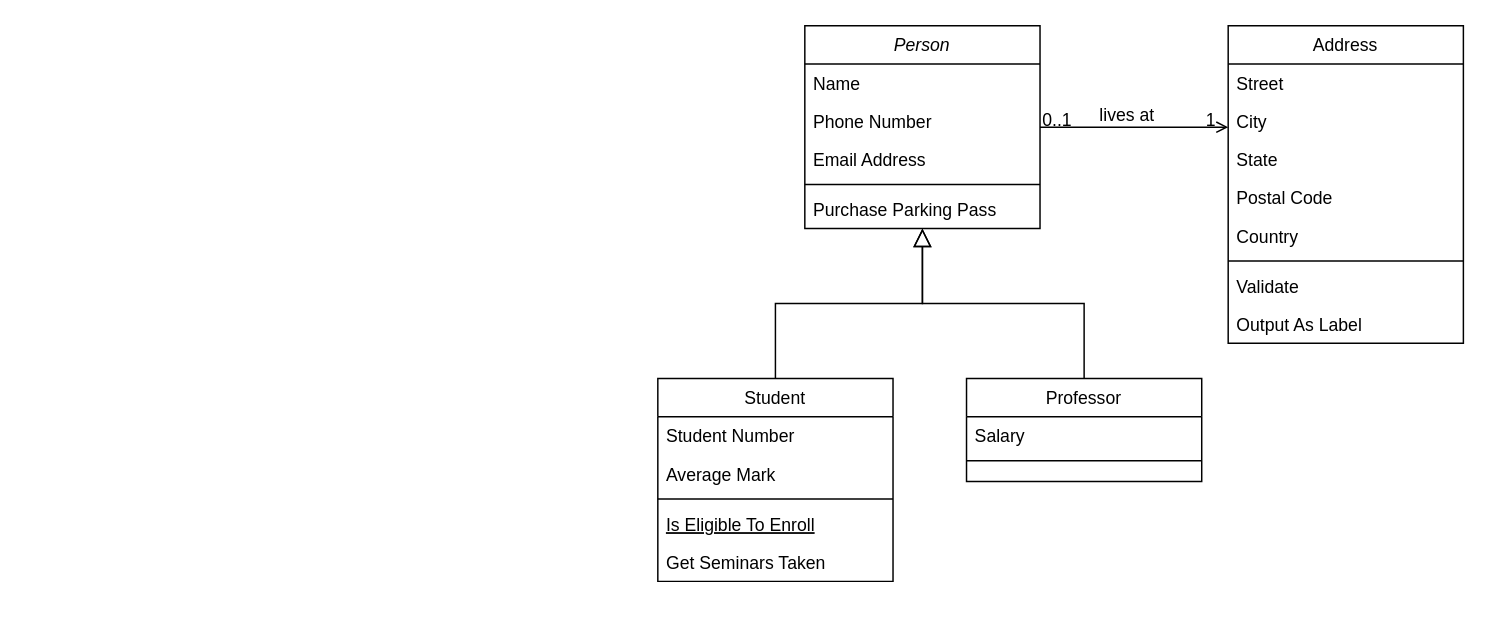
Above: DevToolsConfig.drawio in cracksre/Azure (draw.io), before the change. Source tidied: cells renumbered, new cells numbered last; positions are measured from the earlier drawing's top-left corner, leaving out a move shared by most shapes. Both pictures are drawn from the tidied source at 147%, with x=0, y=0 at pixel (657, 25).
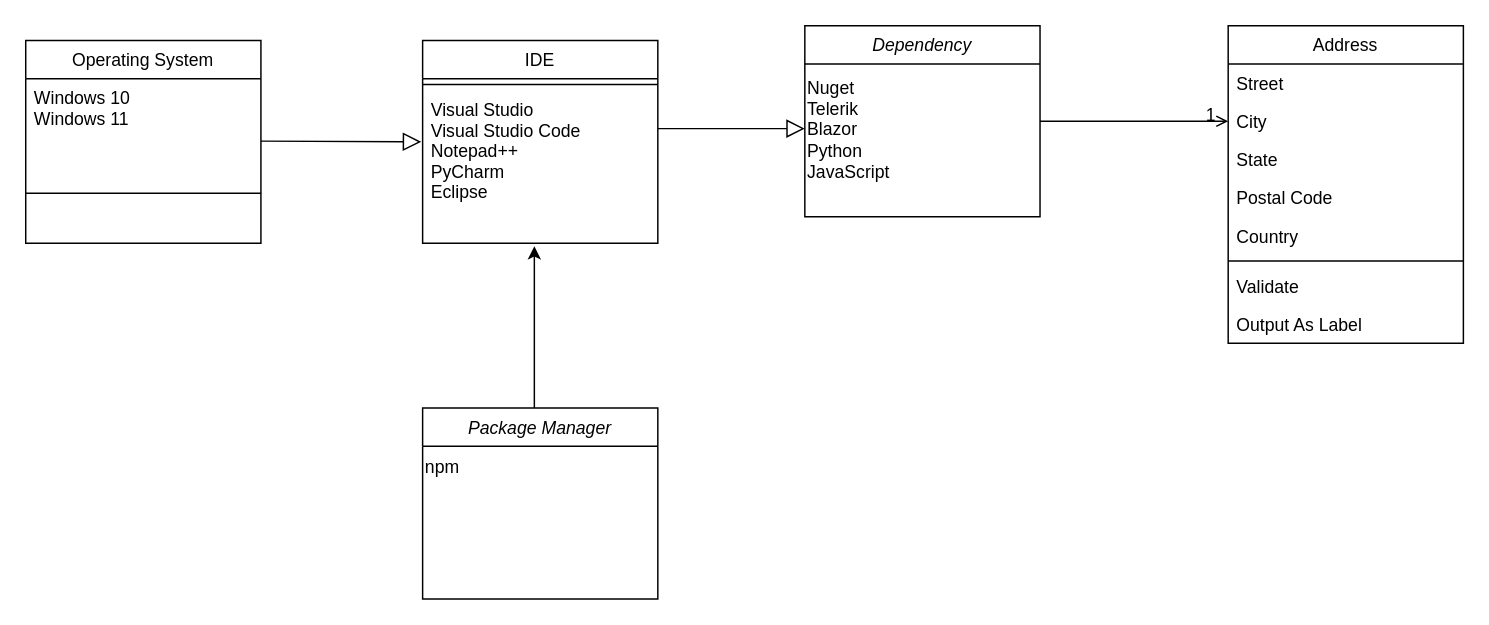
After the change.

Unchanged cells that the change refers to:
```xml
<mxCell id="28" style="endArrow=open;shadow=0;strokeWidth=1;rounded=0;curved=0;endFill=1;edgeStyle=elbowEdgeStyle;elbow=vertical;" parent="1" edge="1" source="2" target="19">
  <mxGeometry x="0.5" y="41" relative="1" as="geometry">
    <mxPoint x="-40" y="32" as="offset" />
  </mxGeometry>
</mxCell>
```

What changed in the source:
```diff
@@
-    <mxCell id="2" value="Person" style="swimlane;fontStyle=2;align=center;verticalAlign=top;horizontal=1;startSize=26;rounded=0;shadow=0;strokeWidth=1;" parent="1" vertex="1">
-      <mxGeometry x="100" width="160" height="138" as="geometry" />
+    <mxCell id="2" value="Dependency" style="swimlane;fontStyle=2;align=center;verticalAlign=top;horizontal=1;startSize=26;rounded=0;shadow=0;strokeWidth=1;" parent="1" vertex="1">
+      <mxGeometry x="100" width="160" height="130" as="geometry" />
     </mxCell>
-    <mxCell id="3" value="Name" style="text;align=left;verticalAlign=top;spacingLeft=4;spacingRight=4;overflow=hidden;" parent="2" vertex="1">
-      <mxGeometry y="26" width="160" height="26" as="geometry" />
-    </mxCell>
-    <mxCell id="4" value="Phone Number" style="text;align=left;verticalAlign=top;spacingLeft=4;spacingRight=4;overflow=hidden;rounded=0;shadow=0;html=0;" parent="2" vertex="1">
-      <mxGeometry y="52" width="160" height="26" as="geometry" />
-    </mxCell>
-    <mxCell id="5" value="Email Address" style="text;align=left;verticalAlign=top;spacingLeft=4;spacingRight=4;overflow=hidden;rounded=0;shadow=0;html=0;" parent="2" vertex="1">
-      <mxGeometry y="78" width="160" height="26" as="geometry" />
-    </mxCell>
-    <mxCell id="6" style="line;html=1;strokeWidth=1;align=left;verticalAlign=middle;spacingTop=-1;spacingLeft=3;spacingRight=3;labelPosition=right;" parent="2" vertex="1">
-      <mxGeometry y="104" width="160" height="8" as="geometry" />
-    </mxCell>
-    <mxCell id="7" value="Purchase Parking Pass" style="text;align=left;verticalAlign=top;spacingLeft=4;spacingRight=4;overflow=hidden;" parent="2" vertex="1">
-      <mxGeometry y="112" width="160" height="26" as="geometry" />
-    </mxCell>
+    <mxCell id="32" value="Nuget&lt;div&gt;Telerik&lt;/div&gt;&lt;div&gt;Blazor&lt;/div&gt;&lt;div&gt;Python&lt;/div&gt;&lt;div&gt;JavaScript&lt;/div&gt;" style="text;html=1;align=left;verticalAlign=middle;strokeColor=none;fillColor=none;" parent="2" vertex="1">
+      <mxGeometry y="26" width="160" height="90" as="geometry" />
+    </mxCell>
-    <mxCell id="8" value="Student" style="swimlane;fontStyle=0;align=center;verticalAlign=top;horizontal=1;startSize=26;rounded=0;shadow=0;strokeWidth=1;" parent="1" vertex="1">
-      <mxGeometry y="240" width="160" height="138" as="geometry" />
+    <mxCell id="8" value="IDE" style="swimlane;fontStyle=0;align=center;verticalAlign=top;horizontal=1;startSize=26;rounded=0;shadow=0;strokeWidth=1;" parent="1" vertex="1">
+      <mxGeometry x="-160" y="10" width="160" height="138" as="geometry" />
     </mxCell>
+    <mxCell id="11" style="line;html=1;strokeWidth=1;align=left;verticalAlign=middle;spacingTop=-1;spacingLeft=3;spacingRight=3;labelPosition=right;" parent="8" vertex="1">
+      <mxGeometry y="26" width="160" height="8" as="geometry" />
+    </mxCell>
-    <mxCell id="9" value="Student Number" style="text;align=left;verticalAlign=top;spacingLeft=4;spacingRight=4;overflow=hidden;points=[[0,0.5],[1,0.5]];portConstraint=eastwest;" parent="8" vertex="1">
-      <mxGeometry y="26" width="160" height="26" as="geometry" />
+    <mxCell id="9" value="Visual Studio&#10;Visual Studio Code&#10;Notepad++&#10;PyCharm&#10;Eclipse" style="text;align=left;verticalAlign=top;spacingLeft=4;spacingRight=4;overflow=hidden;points=[[0,0.5],[1,0.5]];portConstraint=eastwest;" parent="8" vertex="1">
+      <mxGeometry y="34" width="160" height="84" as="geometry" />
     </mxCell>
-    <mxCell id="10" value="Average Mark" style="text;align=left;verticalAlign=top;spacingLeft=4;spacingRight=4;overflow=hidden;rounded=0;shadow=0;html=0;" parent="8" vertex="1">
-      <mxGeometry y="52" width="160" height="26" as="geometry" />
-    </mxCell>
-    <mxCell id="11" style="line;html=1;strokeWidth=1;align=left;verticalAlign=middle;spacingTop=-1;spacingLeft=3;spacingRight=3;labelPosition=right;" parent="8" vertex="1">
-      <mxGeometry y="78" width="160" height="8" as="geometry" />
-    </mxCell>
-    <mxCell id="12" value="Is Eligible To Enroll" style="text;align=left;verticalAlign=top;spacingLeft=4;spacingRight=4;overflow=hidden;fontStyle=4;" parent="8" vertex="1">
-      <mxGeometry y="86" width="160" height="26" as="geometry" />
-    </mxCell>
-    <mxCell id="13" value="Get Seminars Taken" style="text;align=left;verticalAlign=top;spacingLeft=4;spacingRight=4;overflow=hidden;" parent="8" vertex="1">
-      <mxGeometry y="112" width="160" height="26" as="geometry" />
-    </mxCell>
@@
-    <mxCell id="15" value="Professor" style="swimlane;fontStyle=0;align=center;verticalAlign=top;horizontal=1;startSize=26;rounded=0;shadow=0;strokeWidth=1;" parent="1" vertex="1">
-      <mxGeometry x="210" y="240" width="160" height="70" as="geometry" />
+    <mxCell id="15" value="Operating System" style="swimlane;fontStyle=0;align=center;verticalAlign=top;horizontal=1;startSize=26;rounded=0;shadow=0;strokeWidth=1;" parent="1" vertex="1">
+      <mxGeometry x="-430" y="10" width="160" height="138" as="geometry" />
     </mxCell>
-    <mxCell id="16" value="Salary" style="text;align=left;verticalAlign=top;spacingLeft=4;spacingRight=4;overflow=hidden;" parent="15" vertex="1">
-      <mxGeometry y="26" width="160" height="26" as="geometry" />
+    <mxCell id="16" value="Windows 10&#10;Windows 11" style="text;align=left;verticalAlign=top;spacingLeft=4;spacingRight=4;overflow=hidden;" parent="15" vertex="1">
+      <mxGeometry y="26" width="160" height="44" as="geometry" />
     </mxCell>
     <mxCell id="17" style="line;html=1;strokeWidth=1;align=left;verticalAlign=middle;spacingTop=-1;spacingLeft=3;spacingRight=3;labelPosition=right;" parent="15" vertex="1">
-      <mxGeometry y="52" width="160" height="8" as="geometry" />
+      <mxGeometry y="70" width="160" height="68" as="geometry" />
     </mxCell>
-    <mxCell id="18" style="endArrow=block;endSize=10;endFill=0;shadow=0;strokeWidth=1;rounded=0;curved=0;edgeStyle=elbowEdgeStyle;elbow=vertical;" parent="1" edge="1" source="15" target="2">
-      <mxGeometry relative="1" as="geometry" />
-    </mxCell>
@@
-    <mxCell id="29" value="0..1" style="align=left;verticalAlign=bottom;labelBackgroundColor=none;fontSize=12;" parent="28" vertex="1">
+    <mxCell id="29" style="align=left;verticalAlign=bottom;labelBackgroundColor=none;fontSize=12;" parent="28" vertex="1">
       <mxGeometry x="-1" relative="1" as="geometry">
         <mxPoint y="4" as="offset" />
       </mxGeometry>
     </mxCell>
@@
-    <mxCell id="31" value="lives at" style="text;html=1;align=center;verticalAlign=middle;labelBackgroundColor=none;rounded=0;shadow=0;strokeWidth=1;fontSize=12;" parent="28" vertex="1">
-      <mxGeometry x="0.5" y="49" relative="1" as="geometry">
-        <mxPoint x="-38" y="40" as="offset" />
-      </mxGeometry>
-    </mxCell>
+    <mxCell id="33" style="endArrow=block;endSize=10;endFill=0;shadow=0;strokeWidth=1;rounded=0;curved=0;edgeStyle=elbowEdgeStyle;elbow=vertical;entryX=-0.006;entryY=0.417;entryDx=0;entryDy=0;entryPerimeter=0;" parent="1" edge="1" target="9">
+      <mxGeometry relative="1" as="geometry">
+        <mxPoint x="-270" y="78.5" as="sourcePoint" />
+      </mxGeometry>
+    </mxCell>
+    <mxCell id="34" value="Package Manager" style="swimlane;fontStyle=2;align=center;verticalAlign=top;horizontal=1;startSize=26;rounded=0;shadow=0;strokeWidth=1;" parent="1" vertex="1">
+      <mxGeometry x="-160" y="260" width="160" height="130" as="geometry" />
+    </mxCell>
+    <mxCell id="35" value="npm" style="text;html=1;align=left;verticalAlign=middle;strokeColor=none;fillColor=none;" parent="34" vertex="1">
+      <mxGeometry y="26" width="160" height="30" as="geometry" />
+    </mxCell>
+    <mxCell id="36" style="endArrow=classic;html=1;rounded=0;" parent="1" edge="1">
+      <mxGeometry relative="1" as="geometry">
+        <mxPoint x="-84" y="260" as="sourcePoint" />
+        <mxPoint x="-84" y="150" as="targetPoint" />
+      </mxGeometry>
+    </mxCell>
```
